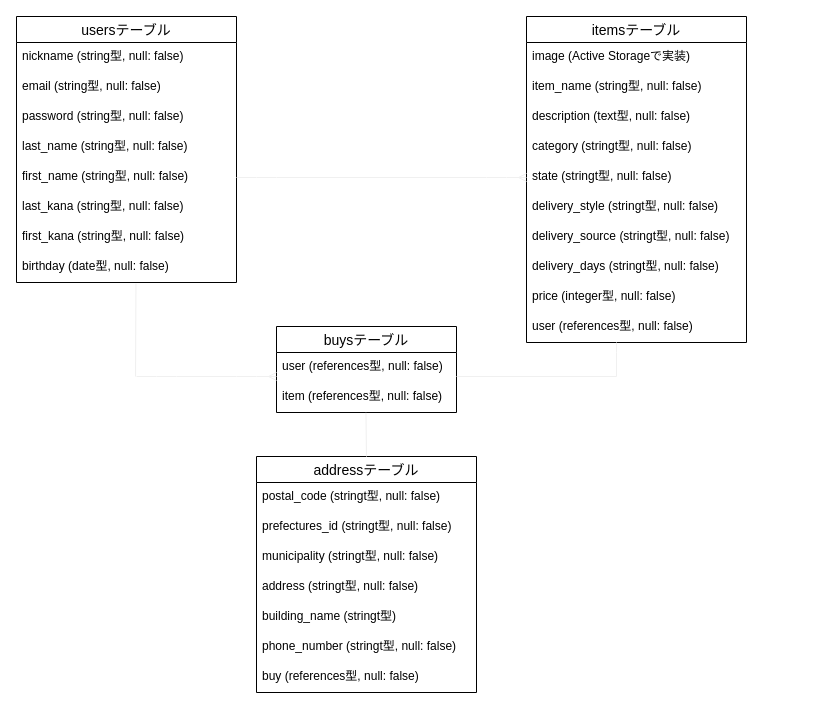
The draw.io diagram test.dio in akarinaakarina/furima-34409, before the edit. Source tidied: cells renumbered, new cells numbered last; positions are measured from the earlier drawing's top-left corner, leaving out a move shared by most shapes. Both pictures are drawn from the tidied source at 100%, with x=0, y=0 at pixel (16, 16).
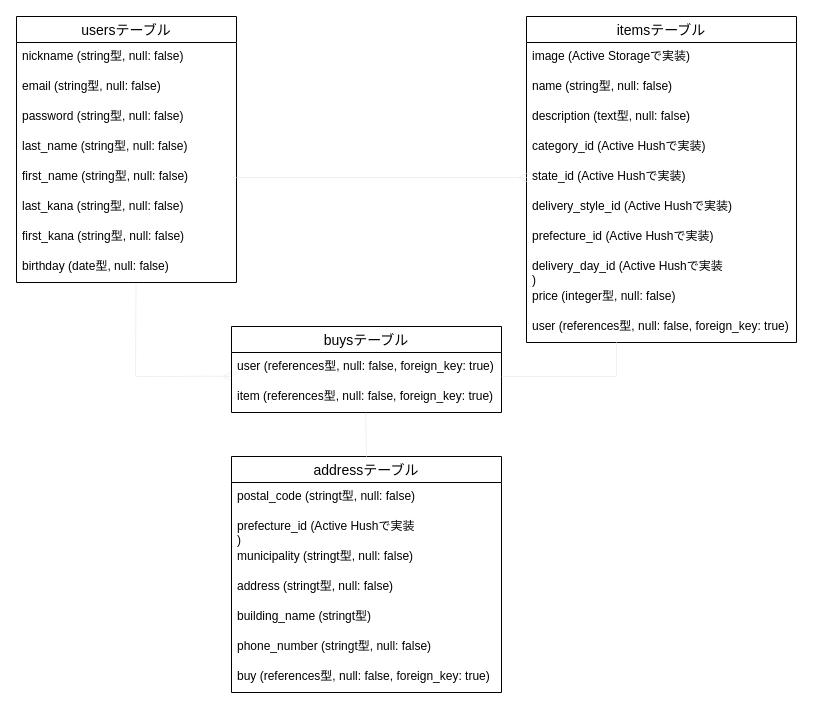
Above is the later version.

Commit message (it also covers changes not shown here):
データベース設計（修正2）

The edit, as a diff of the source:
```diff
@@
     <mxCell id="12" value="itemsテーブル" style="swimlane;fontStyle=0;horizontal=1;startSize=26;align=center;fontSize=14;" parent="1" vertex="1">
-      <mxGeometry x="510" width="220" height="326" as="geometry" />
+      <mxGeometry x="510" width="270" height="326" as="geometry" />
     </mxCell>
     <mxCell id="13" value="image (Active Storageで実装)" style="text;strokeColor=none;fillColor=none;spacingLeft=4;spacingRight=4;overflow=hidden;fontSize=12;" parent="12" vertex="1">
-      <mxGeometry y="26" width="220" height="30" as="geometry" />
+      <mxGeometry y="26" width="270" height="30" as="geometry" />
     </mxCell>
-    <mxCell id="14" value="item_name (string型, null: false)" style="text;strokeColor=none;fillColor=none;spacingLeft=4;spacingRight=4;overflow=hidden;fontSize=12;" parent="12" vertex="1">
-      <mxGeometry y="56" width="220" height="30" as="geometry" />
+    <mxCell id="14" value="name (string型, null: false)" style="text;strokeColor=none;fillColor=none;spacingLeft=4;spacingRight=4;overflow=hidden;fontSize=12;" parent="12" vertex="1">
+      <mxGeometry y="56" width="270" height="30" as="geometry" />
     </mxCell>
     <mxCell id="15" value="description (text型, null: false)" style="text;strokeColor=none;fillColor=none;spacingLeft=4;spacingRight=4;overflow=hidden;fontSize=12;" parent="12" vertex="1">
-      <mxGeometry y="86" width="220" height="30" as="geometry" />
+      <mxGeometry y="86" width="270" height="30" as="geometry" />
     </mxCell>
-    <mxCell id="16" value="category (stringt型, null: false)" style="text;strokeColor=none;fillColor=none;spacingLeft=4;spacingRight=4;overflow=hidden;fontSize=12;" parent="12" vertex="1">
-      <mxGeometry y="116" width="220" height="30" as="geometry" />
+    <mxCell id="16" value="category_id (Active Hushで実装)" style="text;strokeColor=none;fillColor=none;spacingLeft=4;spacingRight=4;overflow=hidden;fontSize=12;" parent="12" vertex="1">
+      <mxGeometry y="116" width="270" height="30" as="geometry" />
     </mxCell>
-    <mxCell id="17" value="state (stringt型, null: false)" style="text;strokeColor=none;fillColor=none;spacingLeft=4;spacingRight=4;overflow=hidden;points=[[0,0.5],[1,0.5]];portConstraint=eastwest;fontSize=12;" parent="12" vertex="1">
-      <mxGeometry y="146" width="220" height="30" as="geometry" />
+    <mxCell id="17" value="state_id (Active Hushで実装)" style="text;strokeColor=none;fillColor=none;spacingLeft=4;spacingRight=4;overflow=hidden;points=[[0,0.5],[1,0.5]];portConstraint=eastwest;fontSize=12;" parent="12" vertex="1">
+      <mxGeometry y="146" width="270" height="30" as="geometry" />
     </mxCell>
-    <mxCell id="18" value="delivery_style (stringt型, null: false)" style="text;strokeColor=none;fillColor=none;spacingLeft=4;spacingRight=4;overflow=hidden;fontSize=12;" parent="12" vertex="1">
-      <mxGeometry y="176" width="220" height="30" as="geometry" />
+    <mxCell id="18" value="delivery_style_id (Active Hushで実装)" style="text;strokeColor=none;fillColor=none;spacingLeft=4;spacingRight=4;overflow=hidden;fontSize=12;" parent="12" vertex="1">
+      <mxGeometry y="176" width="270" height="30" as="geometry" />
     </mxCell>
-    <mxCell id="19" value="delivery_source (stringt型, null: false)" style="text;strokeColor=none;fillColor=none;spacingLeft=4;spacingRight=4;overflow=hidden;fontSize=12;" parent="12" vertex="1">
-      <mxGeometry y="206" width="220" height="30" as="geometry" />
+    <mxCell id="19" value="prefecture_id (Active Hushで実装)" style="text;strokeColor=none;fillColor=none;spacingLeft=4;spacingRight=4;overflow=hidden;fontSize=12;" parent="12" vertex="1">
+      <mxGeometry y="206" width="270" height="30" as="geometry" />
     </mxCell>
-    <mxCell id="20" value="delivery_days (stringt型, null: false)" style="text;strokeColor=none;fillColor=none;spacingLeft=4;spacingRight=4;overflow=hidden;fontSize=12;" parent="12" vertex="1">
-      <mxGeometry y="236" width="220" height="30" as="geometry" />
+    <mxCell id="20" value="delivery_day_id (Active Hushで実装&#10;)" style="text;strokeColor=none;fillColor=none;spacingLeft=4;spacingRight=4;overflow=hidden;fontSize=12;" parent="12" vertex="1">
+      <mxGeometry y="236" width="270" height="30" as="geometry" />
     </mxCell>
     <mxCell id="21" value="price (integer型, null: false)" style="text;strokeColor=none;fillColor=none;spacingLeft=4;spacingRight=4;overflow=hidden;fontSize=12;" parent="12" vertex="1">
-      <mxGeometry y="266" width="220" height="30" as="geometry" />
+      <mxGeometry y="266" width="270" height="30" as="geometry" />
     </mxCell>
-    <mxCell id="22" value="user (references型, null: false)" style="text;strokeColor=none;fillColor=none;spacingLeft=4;spacingRight=4;overflow=hidden;fontSize=12;" parent="12" vertex="1">
-      <mxGeometry y="296" width="220" height="30" as="geometry" />
+    <mxCell id="22" value="user (references型, null: false, foreign_key: true)" style="text;strokeColor=none;fillColor=none;spacingLeft=4;spacingRight=4;overflow=hidden;fontSize=12;" parent="12" vertex="1">
+      <mxGeometry y="296" width="270" height="30" as="geometry" />
     </mxCell>
     <mxCell id="23" value="buysテーブル" style="swimlane;fontStyle=0;horizontal=1;startSize=26;align=center;fontSize=14;" parent="1" vertex="1">
-      <mxGeometry x="260" y="310" width="180" height="86" as="geometry" />
+      <mxGeometry x="215" y="310" width="270" height="86" as="geometry" />
     </mxCell>
-    <mxCell id="24" value="user (references型, null: false)" style="text;strokeColor=none;fillColor=none;spacingLeft=4;spacingRight=4;overflow=hidden;points=[[0,0.5],[1,0.5]];portConstraint=eastwest;fontSize=12;" parent="23" vertex="1">
-      <mxGeometry y="26" width="180" height="30" as="geometry" />
+    <mxCell id="24" value="user (references型, null: false, foreign_key: true)" style="text;strokeColor=none;fillColor=none;spacingLeft=4;spacingRight=4;overflow=hidden;points=[[0,0.5],[1,0.5]];portConstraint=eastwest;fontSize=12;" parent="23" vertex="1">
+      <mxGeometry y="26" width="270" height="30" as="geometry" />
     </mxCell>
-    <mxCell id="25" value="item (references型, null: false)" style="text;strokeColor=none;fillColor=none;spacingLeft=4;spacingRight=4;overflow=hidden;points=[[0,0.5],[1,0.5]];portConstraint=eastwest;fontSize=12;" parent="23" vertex="1">
-      <mxGeometry y="56" width="180" height="30" as="geometry" />
+    <mxCell id="25" value="item (references型, null: false, foreign_key: true)" style="text;strokeColor=none;fillColor=none;spacingLeft=4;spacingRight=4;overflow=hidden;points=[[0,0.5],[1,0.5]];portConstraint=eastwest;fontSize=12;" parent="23" vertex="1">
+      <mxGeometry y="56" width="270" height="30" as="geometry" />
     </mxCell>
     <mxCell id="26" value="addressテーブル" style="swimlane;fontStyle=0;horizontal=1;startSize=26;align=center;fontSize=14;" parent="1" vertex="1">
-      <mxGeometry x="240" y="440" width="220" height="236" as="geometry" />
+      <mxGeometry x="215" y="440" width="270" height="236" as="geometry" />
     </mxCell>
     <mxCell id="27" value="postal_code (stringt型, null: false)" style="text;strokeColor=none;fillColor=none;spacingLeft=4;spacingRight=4;overflow=hidden;fontSize=12;" parent="26" vertex="1">
-      <mxGeometry y="26" width="220" height="30" as="geometry" />
+      <mxGeometry y="26" width="270" height="30" as="geometry" />
     </mxCell>
-    <mxCell id="28" value="prefectures_id (stringt型, null: false)" style="text;strokeColor=none;fillColor=none;spacingLeft=4;spacingRight=4;overflow=hidden;fontSize=12;" parent="26" vertex="1">
-      <mxGeometry y="56" width="220" height="30" as="geometry" />
+    <mxCell id="28" value="prefecture_id (Active Hushで実装&#10;)" style="text;strokeColor=none;fillColor=none;spacingLeft=4;spacingRight=4;overflow=hidden;fontSize=12;" parent="26" vertex="1">
+      <mxGeometry y="56" width="270" height="30" as="geometry" />
     </mxCell>
     <mxCell id="29" value="municipality (stringt型, null: false)" style="text;strokeColor=none;fillColor=none;spacingLeft=4;spacingRight=4;overflow=hidden;fontSize=12;" parent="26" vertex="1">
-      <mxGeometry y="86" width="220" height="30" as="geometry" />
+      <mxGeometry y="86" width="270" height="30" as="geometry" />
     </mxCell>
     <mxCell id="30" value="address (stringt型, null: false)" style="text;strokeColor=none;fillColor=none;spacingLeft=4;spacingRight=4;overflow=hidden;fontSize=12;" parent="26" vertex="1">
-      <mxGeometry y="116" width="220" height="30" as="geometry" />
+      <mxGeometry y="116" width="270" height="30" as="geometry" />
     </mxCell>
     <mxCell id="31" value="building_name (stringt型)" style="text;strokeColor=none;fillColor=none;spacingLeft=4;spacingRight=4;overflow=hidden;fontSize=12;" parent="26" vertex="1">
-      <mxGeometry y="146" width="220" height="30" as="geometry" />
+      <mxGeometry y="146" width="270" height="30" as="geometry" />
     </mxCell>
     <mxCell id="32" value="phone_number (stringt型, null: false)" style="text;strokeColor=none;fillColor=none;spacingLeft=4;spacingRight=4;overflow=hidden;fontSize=12;" parent="26" vertex="1">
-      <mxGeometry y="176" width="220" height="30" as="geometry" />
+      <mxGeometry y="176" width="270" height="30" as="geometry" />
     </mxCell>
-    <mxCell id="33" value="buy (references型, null: false)" style="text;strokeColor=none;fillColor=none;spacingLeft=4;spacingRight=4;overflow=hidden;fontSize=12;" parent="26" vertex="1">
-      <mxGeometry y="206" width="220" height="30" as="geometry" />
+    <mxCell id="33" value="buy (references型, null: false, foreign_key: true)" style="text;strokeColor=none;fillColor=none;spacingLeft=4;spacingRight=4;overflow=hidden;fontSize=12;" parent="26" vertex="1">
+      <mxGeometry y="206" width="270" height="30" as="geometry" />
     </mxCell>
@@
-    <mxCell id="35" style="edgeStyle=entityRelationEdgeStyle;fontSize=12;html=1;endArrow=ERmany;strokeColor=#f0f0f0;" parent="1" edge="1">
+    <mxCell id="35" style="edgeStyle=entityRelationEdgeStyle;fontSize=12;html=1;endArrow=ERmany;strokeColor=#f0f0f0;entryX=-0.002;entryY=0.792;entryDx=0;entryDy=0;entryPerimeter=0;" parent="1" edge="1" target="24">
       <mxGeometry relative="1" as="geometry">
         <mxPoint x="120" y="360" as="sourcePoint" />
-        <mxPoint x="260" y="360" as="targetPoint" />
       </mxGeometry>
     </mxCell>
@@
-    <mxCell id="37" style="endArrow=none;html=1;rounded=0;strokeColor=#f0f0f0;" parent="1" edge="1">
+    <mxCell id="37" style="endArrow=none;html=1;rounded=0;strokeColor=#f0f0f0;exitX=1.001;exitY=0.799;exitDx=0;exitDy=0;exitPerimeter=0;" parent="1" edge="1" source="24">
       <mxGeometry relative="1" as="geometry">
-        <mxPoint x="440" y="360" as="sourcePoint" />
         <mxPoint x="600" y="360" as="targetPoint" />
       </mxGeometry>
     </mxCell>
```
